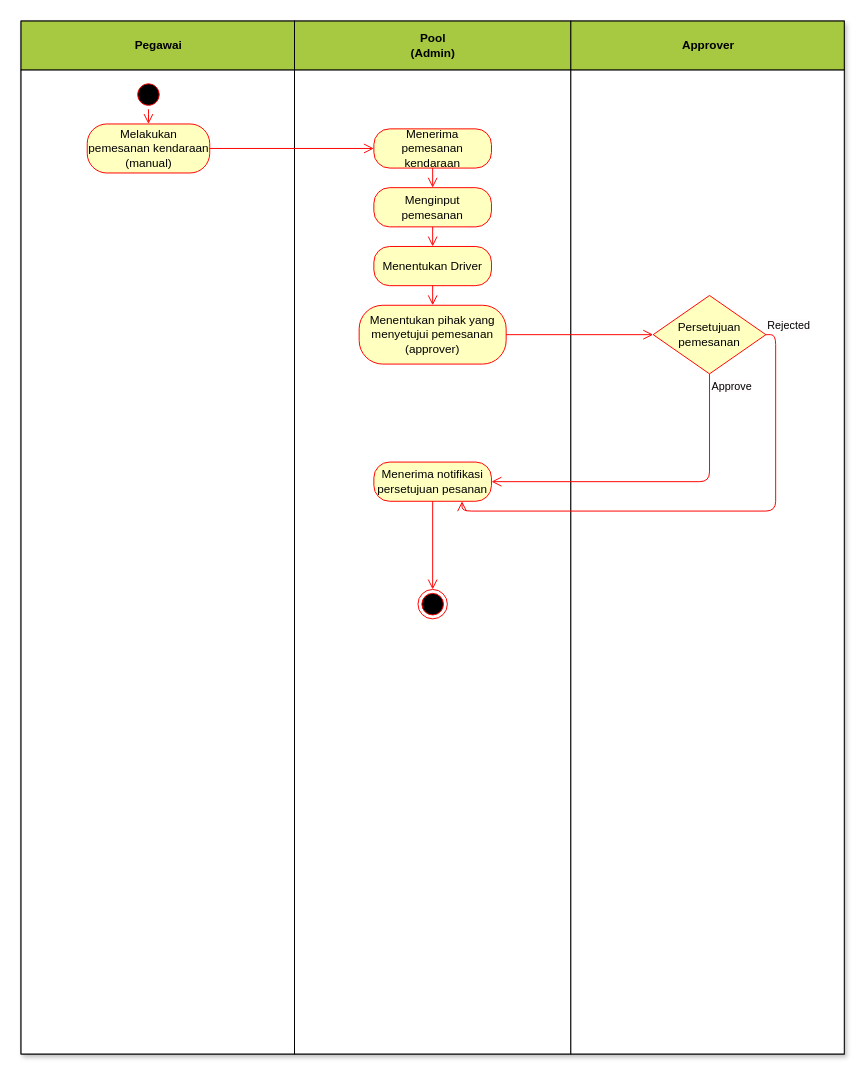
The draw.io diagram Activity-Diagram.drawio in He12u/Technical_Test-IT_Trainer_Sekawan_Media, before the edit. Source tidied: cells renumbered, new cells numbered last; positions are measured from the earlier drawing's top-left corner, leaving out a move shared by most shapes. Both pictures are drawn from the tidied source at 98%, with x=0, y=0 at pixel (21, 21).
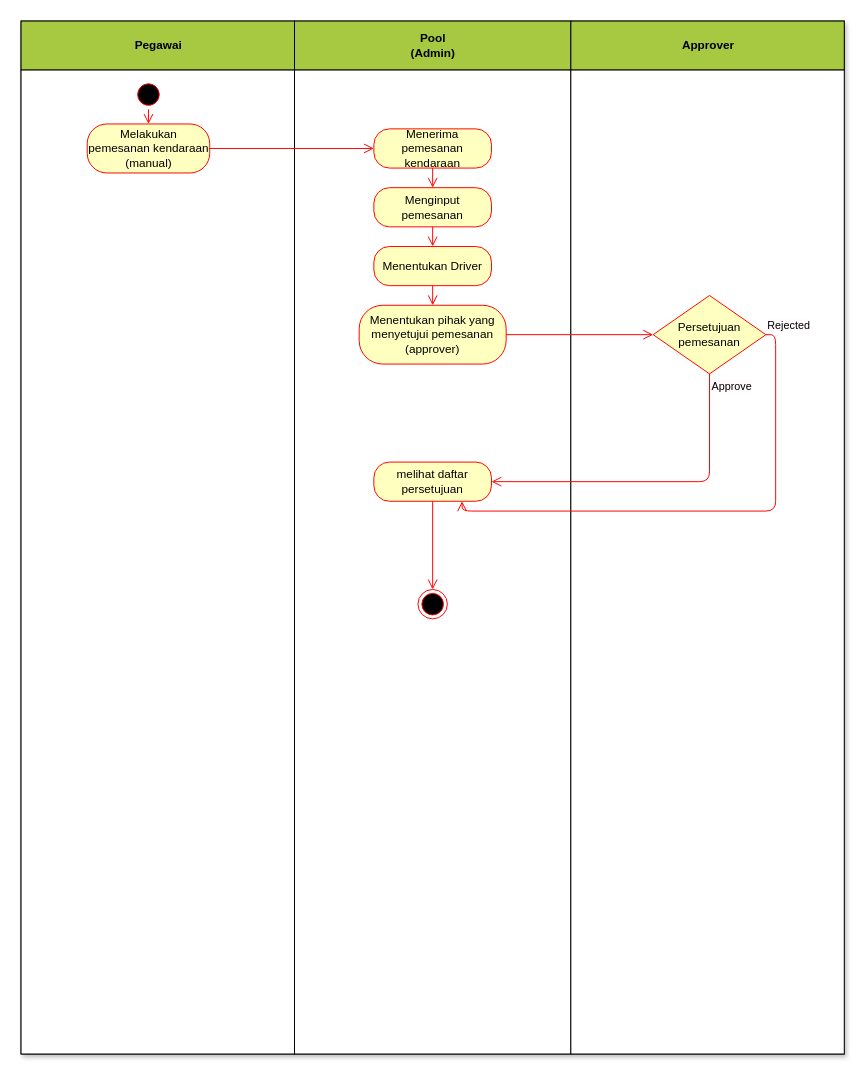
The same page after the edit.

Diff of the diagram source:
```diff
@@
-    <mxCell id="26" value="Menerima notifikasi persetujuan pesanan" style="rounded=1;whiteSpace=wrap;html=1;arcSize=40;fontColor=#000000;fillColor=#ffffc0;strokeColor=#ff0000;" parent="1" vertex="1">
+    <mxCell id="26" value="melihat daftar persetujuan" style="rounded=1;whiteSpace=wrap;html=1;arcSize=40;fontColor=#000000;fillColor=#ffffc0;strokeColor=#ff0000;" parent="1" vertex="1">
       <mxGeometry x="360" y="450" width="120" height="40" as="geometry" />
     </mxCell>
```
